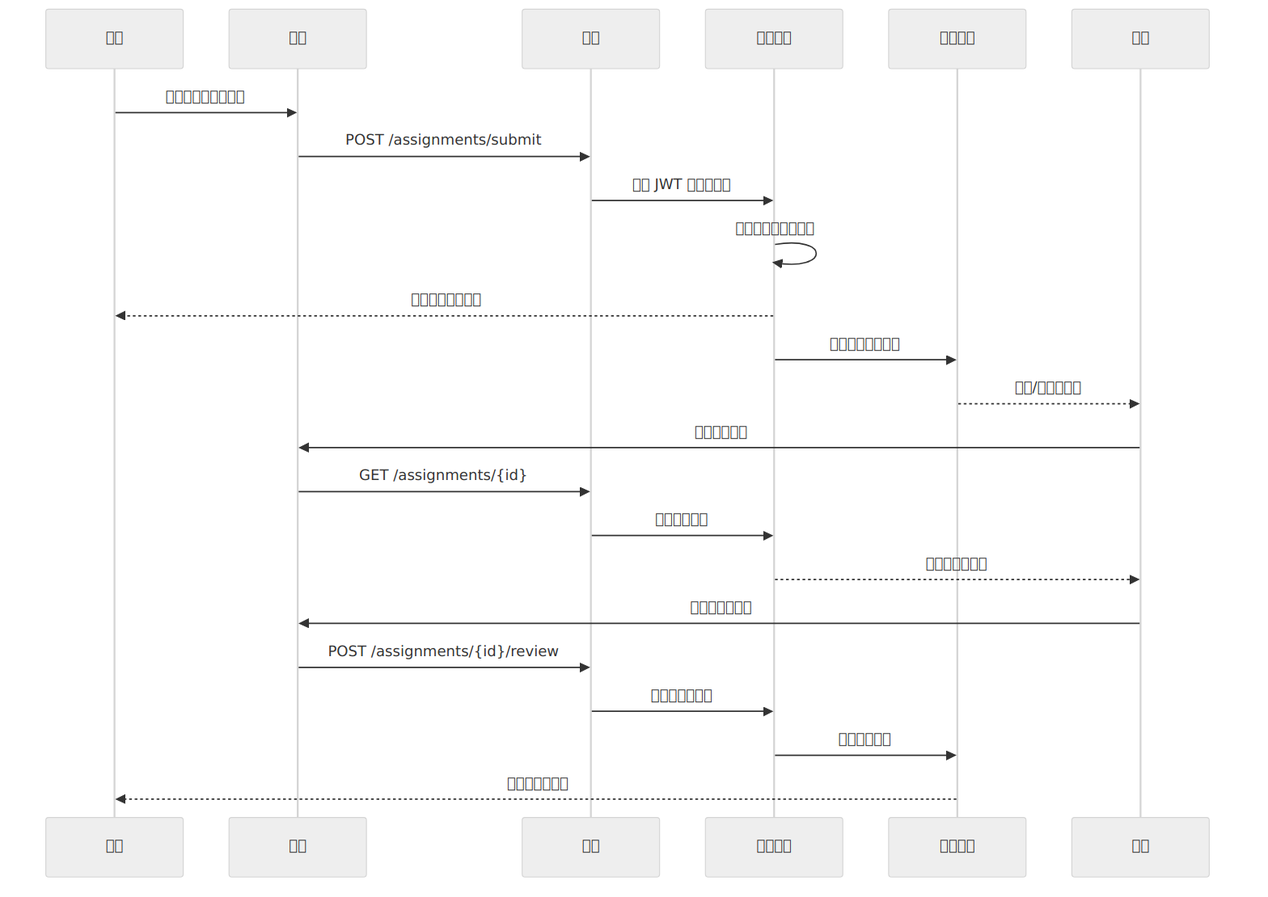
This is docs/mermaid/assignment_sequence.png from luckyJessie/douyin-game, a Mermaid export, as it was before one commit. Its source is kept beside it as docs/mermaid/assignment_sequence.mmd.
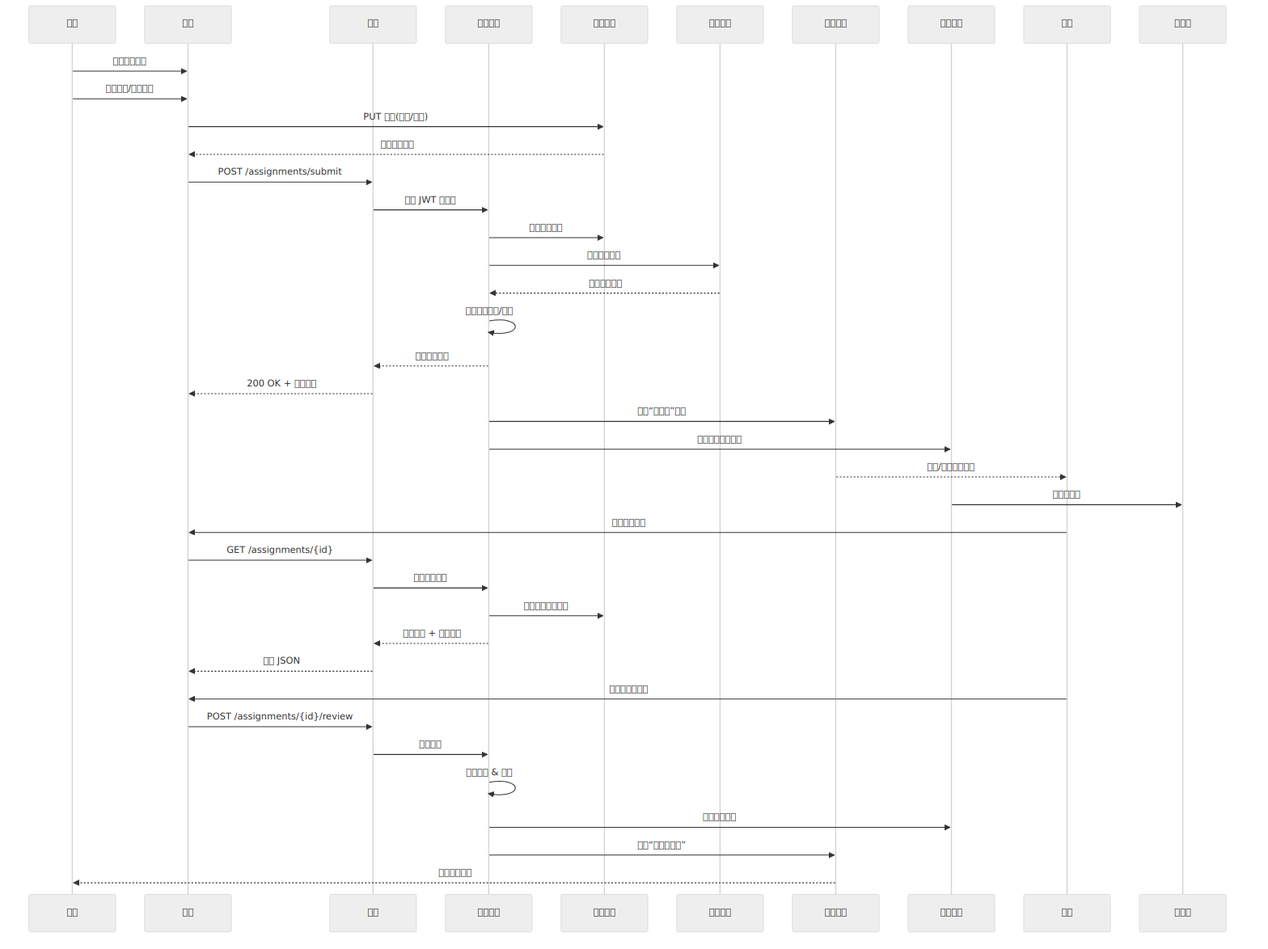
After the change.

Change to the diagram source:
```diff
@@ -3,22 +3,39 @@
     participant 前端
     participant 网关
     participant 作业服务
+    participant 文件服务
+    participant 迟交策略
     participant 通知服务
+    participant 分析服务
     participant 教师
 
-    学生->>前端: 编辑作业并点击提交
+    学生->>前端: 编辑作业内容
+    学生->>前端: 上传附件/保存草稿
+    前端->>文件服务: PUT 附件(分片/秒传)
+    文件服务-->>前端: 返回上传凭证
     前端->>网关: POST /assignments/submit
-    网关->>作业服务: 验证 JWT 后转发请求
-    作业服务->>作业服务: 校验截止时间与附件
-    作业服务-->>学生: 返回提交成功信息
-    作业服务->>通知服务: 发送教师批阅待办
-    通知服务-->>教师: 邮件/站内信提醒
+    网关->>作业服务: 验证 JWT 并转发
+    作业服务->>文件服务: 校验附件哈希
+    作业服务->>迟交策略: 传入提交时间
+    迟交策略-->>作业服务: 返回扣分方案
+    作业服务->>作业服务: 写入提交记录/版本
+    作业服务-->>网关: 提交成功响应
+    网关-->>前端: 200 OK + 扣分提示
+    作业服务->>通知服务: 发送“待批阅”事件
+    作业服务->>分析服务: 推送提交指标事件
+    通知服务-->>教师: 邮件/企业微信提醒
+    分析服务->>仪表盘: 更新提交率
+
     教师->>前端: 打开批阅页面
     前端->>网关: GET /assignments/{id}
     网关->>作业服务: 请求作业详情
-    作业服务-->>教师: 返回作业与附件
-    教师->>前端: 填写评分与反馈
+    作业服务->>文件服务: 获取附件临时链接
+    作业服务-->>网关: 返回作业 + 附件地址
+    网关-->>前端: 返回 JSON
+    教师->>前端: 填写评分与批注
     前端->>网关: POST /assignments/{id}/review
-    网关->>作业服务: 保存评分与反馈
-    作业服务->>通知服务: 推送学生反馈
-    通知服务-->>学生: 通知反馈已更新
+    网关->>作业服务: 转发评分
+    作业服务->>作业服务: 更新成绩 & 反馈
+    作业服务->>分析服务: 更新成绩指标
+    作业服务->>通知服务: 推送“反馈已发布”
+    通知服务-->>学生: 发送反馈通知
```
